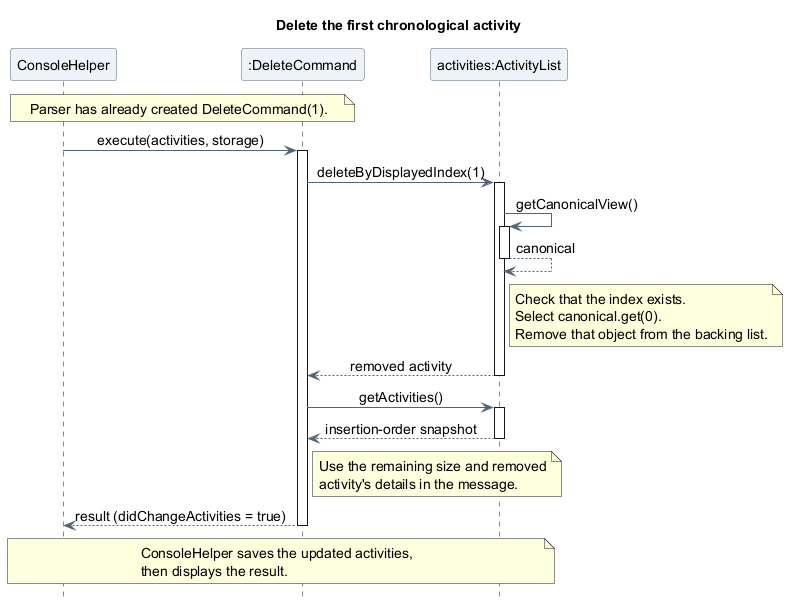
Before: docs/images/asyraf/sequence/DeleteActivitySequence.png, a diagram exported from PlantUML (AY2627S1-CS2113-T10-4/tp).
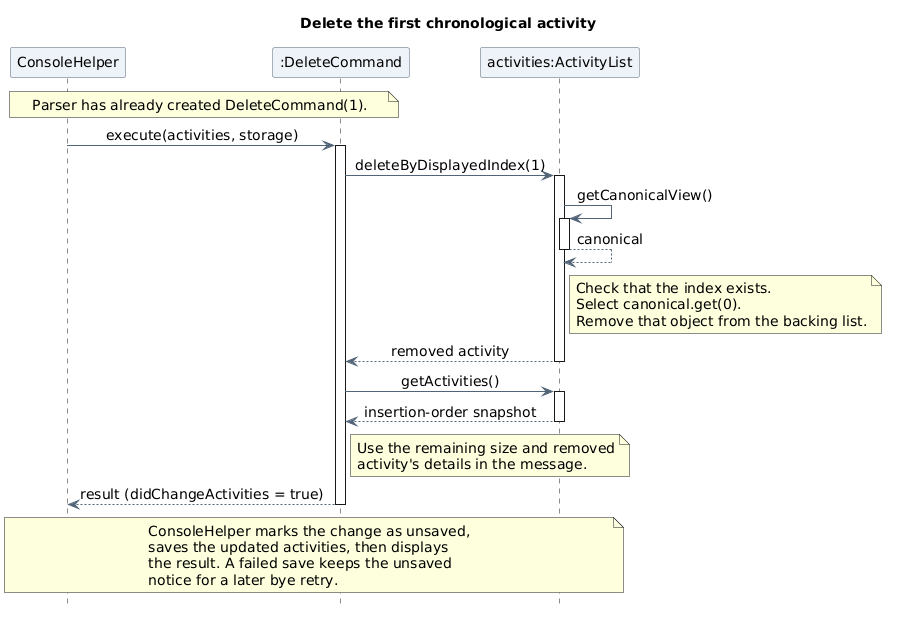
Above is the later version.

Commit message:
docs(asyraf): align deletion diagrams with save flow

What changed in the source:
```diff
@@ -2,7 +2,7 @@
 title Delete the first chronological activity
 skinparam backgroundColor white
 skinparam shadowing false
-skinparam defaultFontName SansSerif
+skinparam defaultFontName "DejaVu Sans"
 skinparam defaultFontSize 14
 skinparam ParticipantBackgroundColor #EDF3F8
 skinparam ParticipantBorderColor #526477
@@ -43,7 +43,9 @@
 Delete --> Console : result (didChangeActivities = true)
 deactivate Delete
 note over Console, Activities
-  ConsoleHelper saves the updated activities,
-  then displays the result.
+  ConsoleHelper marks the change as unsaved,
+  saves the updated activities, then displays
+  the result. A failed save keeps the unsaved
+  notice for a later bye retry.
 end note
 @enduml
```
